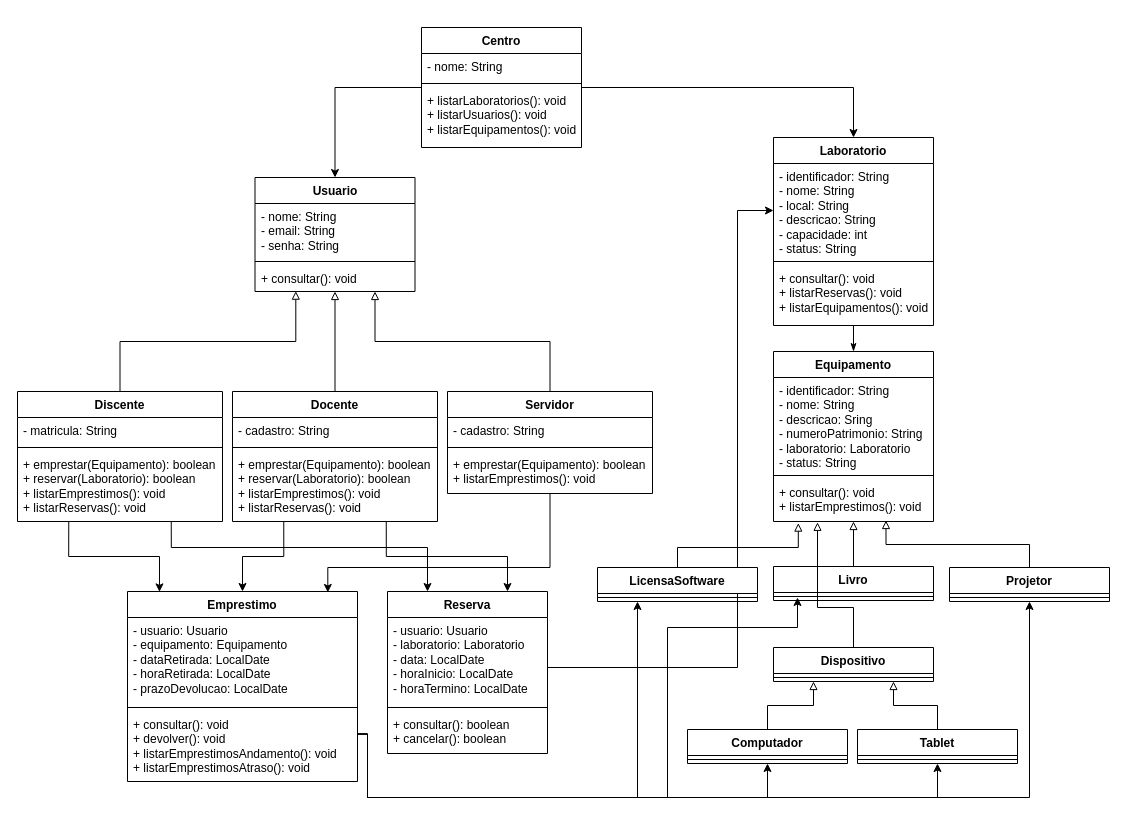
AnaRebeca07/UFCLab keeps this draw.io diagram as documentation/UFCLab.drawio. Above is the earlier version. Source tidied: cells renumbered, new cells numbered last; positions are measured from the earlier drawing's top-left corner, leaving out a move shared by most shapes. Both pictures are drawn from the tidied source at 100%, with x=0, y=0 at pixel (17, 27).
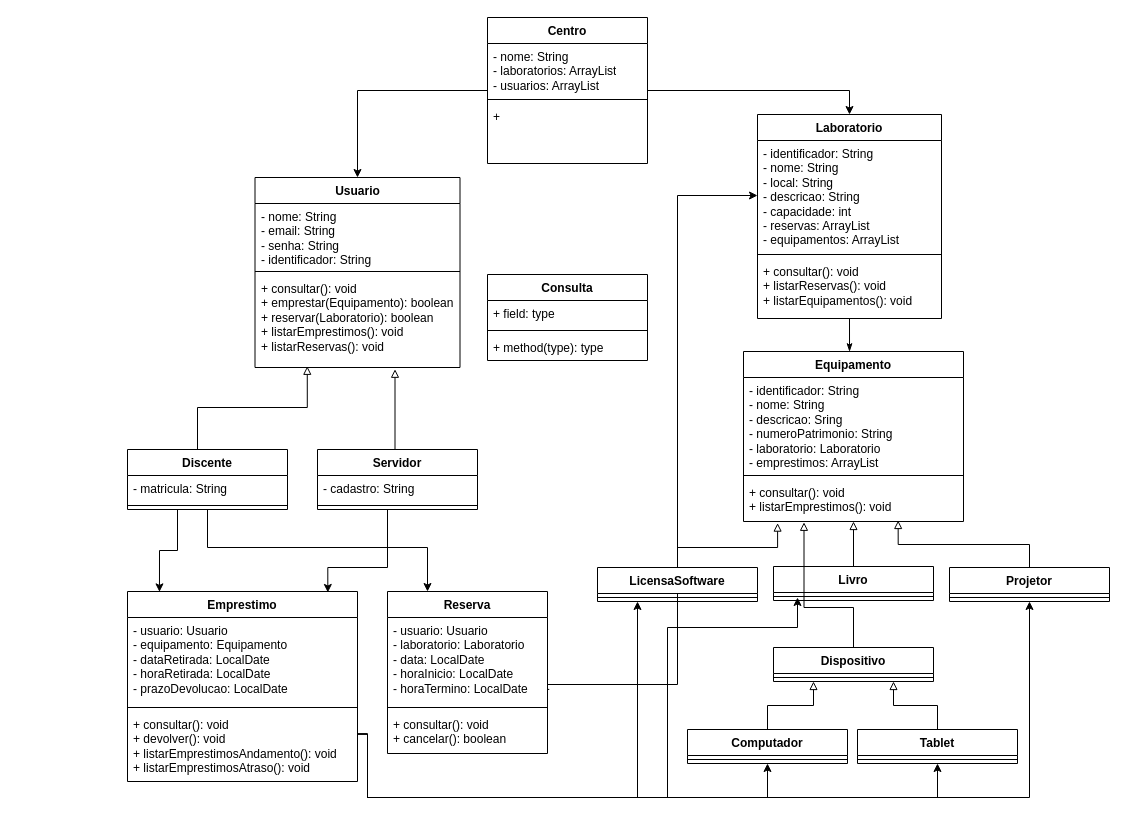
Above is the later version.

Unchanged cells that the change refers to:
```xml
<mxCell id="29" value="Reserva" style="swimlane;fontStyle=1;align=center;verticalAlign=top;horizontal=1;startSize=26;whiteSpace=wrap;html=1;" parent="1" vertex="1">
  <mxGeometry x="370" y="564" width="160" height="162" as="geometry" />
</mxCell>
<mxCell id="30" value="&lt;div&gt;- usuario: Usuario&lt;/div&gt;&lt;div&gt;- laboratorio: Laboratorio&lt;/div&gt;&lt;div&gt;- data: LocalDate&lt;/div&gt;&lt;div&gt;- horaInicio: LocalDate&lt;/div&gt;&lt;div&gt;- horaTermino: LocalDate&lt;/div&gt;" style="text;strokeColor=none;fillColor=none;align=left;verticalAlign=top;spacingLeft=4;spacingRight=4;overflow=hidden;points=[[0,0.5],[1,0.5]];portConstraint=eastwest;whiteSpace=wrap;html=1;" parent="29" vertex="1">
  <mxGeometry y="26" width="160" height="86" as="geometry" />
</mxCell>
<mxCell id="38" value="Emprestimo" style="swimlane;fontStyle=1;align=center;verticalAlign=top;horizontal=1;startSize=26;whiteSpace=wrap;html=1;" parent="1" vertex="1">
  <mxGeometry x="110" y="564" width="230" height="190" as="geometry" />
</mxCell>
<mxCell id="57" value="LicensaSoftware" style="swimlane;fontStyle=1;align=center;verticalAlign=top;horizontal=1;startSize=26;whiteSpace=wrap;html=1;" parent="1" vertex="1">
  <mxGeometry x="580" y="540" width="160" height="34" as="geometry" />
</mxCell>
<mxCell id="59" value="Dispositivo" style="swimlane;fontStyle=1;align=center;verticalAlign=top;horizontal=1;startSize=26;whiteSpace=wrap;html=1;" parent="1" vertex="1">
  <mxGeometry x="756" y="620" width="160" height="34" as="geometry" />
</mxCell>
```

The edit, as a diff of the source:
```diff
@@
     <mxCell id="3" value="Centro" style="swimlane;fontStyle=1;align=center;verticalAlign=top;horizontal=1;startSize=26;whiteSpace=wrap;html=1;" parent="1" vertex="1">
-      <mxGeometry x="404" width="160" height="120" as="geometry" />
+      <mxGeometry x="470" y="-10" width="160" height="146" as="geometry" />
     </mxCell>
-    <mxCell id="4" value="- nome: String" style="text;strokeColor=none;fillColor=none;align=left;verticalAlign=top;spacingLeft=4;spacingRight=4;overflow=hidden;whiteSpace=wrap;html=1;" parent="3" vertex="1">
-      <mxGeometry y="26" width="160" height="26" as="geometry" />
+    <mxCell id="4" value="- nome: String&lt;div&gt;- laboratorios: ArrayList&lt;/div&gt;&lt;div&gt;- usuarios: ArrayList&lt;/div&gt;" style="text;strokeColor=none;fillColor=none;align=left;verticalAlign=top;spacingLeft=4;spacingRight=4;overflow=hidden;whiteSpace=wrap;html=1;" parent="3" vertex="1">
+      <mxGeometry y="26" width="160" height="52" as="geometry" />
     </mxCell>
     <mxCell id="5" style="line;strokeWidth=1;fillColor=none;align=left;verticalAlign=middle;spacingTop=-1;spacingLeft=3;spacingRight=3;labelPosition=right;strokeColor=inherit;" parent="3" vertex="1">
-      <mxGeometry y="52" width="160" height="8" as="geometry" />
+      <mxGeometry y="78" width="160" height="8" as="geometry" />
     </mxCell>
-    <mxCell id="6" value="&lt;div&gt;+ listarLaboratorios(): void&lt;/div&gt;&lt;div&gt;+ listarUsuarios(): void&lt;/div&gt;&lt;div&gt;+ listarEquipamentos(): void&lt;/div&gt;" style="text;strokeColor=none;fillColor=none;align=left;verticalAlign=top;spacingLeft=4;spacingRight=4;overflow=hidden;whiteSpace=wrap;html=1;" parent="3" vertex="1">
-      <mxGeometry y="60" width="160" height="60" as="geometry" />
+    <mxCell id="6" value="+" style="text;strokeColor=none;fillColor=none;align=left;verticalAlign=top;spacingLeft=4;spacingRight=4;overflow=hidden;whiteSpace=wrap;html=1;" parent="3" vertex="1">
+      <mxGeometry y="86" width="160" height="60" as="geometry" />
     </mxCell>
     <mxCell id="7" value="Discente" style="swimlane;fontStyle=1;align=center;verticalAlign=top;horizontal=1;startSize=26;whiteSpace=wrap;html=1;" parent="1" vertex="1">
-      <mxGeometry y="364" width="205" height="130" as="geometry" />
+      <mxGeometry x="110" y="422" width="160" height="60" as="geometry" />
     </mxCell>
     <mxCell id="8" value="- matricula: String" style="text;strokeColor=none;fillColor=none;align=left;verticalAlign=top;spacingLeft=4;spacingRight=4;overflow=hidden;whiteSpace=wrap;html=1;" parent="7" vertex="1">
-      <mxGeometry y="26" width="205" height="26" as="geometry" />
+      <mxGeometry y="26" width="160" height="26" as="geometry" />
     </mxCell>
     <mxCell id="9" style="line;strokeWidth=1;fillColor=none;align=left;verticalAlign=middle;spacingTop=-1;spacingLeft=3;spacingRight=3;labelPosition=right;strokeColor=inherit;" parent="7" vertex="1">
-      <mxGeometry y="52" width="205" height="8" as="geometry" />
+      <mxGeometry y="52" width="160" height="8" as="geometry" />
     </mxCell>
-    <mxCell id="10" value="&lt;div&gt;+ emprestar(Equipamento): boolean&lt;/div&gt;&lt;div&gt;+ reservar(Laboratorio): boolean&lt;/div&gt;&lt;div&gt;+ listarEmprestimos(): void&lt;/div&gt;&lt;div&gt;+ listarReservas(): void&lt;/div&gt;" style="text;strokeColor=none;fillColor=none;align=left;verticalAlign=top;spacingLeft=4;spacingRight=4;overflow=hidden;whiteSpace=wrap;html=1;" parent="7" vertex="1">
-      <mxGeometry y="60" width="205" height="70" as="geometry" />
-    </mxCell>
-    <mxCell id="11" style="edgeStyle=orthogonalEdgeStyle;rounded=0;jettySize=auto;html=1;exitX=0.5;exitY=0;exitDx=0;exitDy=0;entryX=0.5;entryY=1;entryDx=0;entryDy=0;endArrow=block;endFill=0;" parent="1" edge="1" source="14" target="48">
-      <mxGeometry relative="1" as="geometry" />
-    </mxCell>
-    <mxCell id="12" style="edgeStyle=orthogonalEdgeStyle;rounded=0;jettySize=auto;html=1;exitX=0.25;exitY=1;exitDx=0;exitDy=0;entryX=0.5;entryY=0;entryDx=0;entryDy=0;" parent="1" edge="1" source="14" target="38">
-      <mxGeometry relative="1" as="geometry" />
-    </mxCell>
-    <mxCell id="13" style="edgeStyle=orthogonalEdgeStyle;rounded=0;jettySize=auto;html=1;exitX=0.75;exitY=1;exitDx=0;exitDy=0;entryX=0.75;entryY=0;entryDx=0;entryDy=0;" parent="1" edge="1" source="14" target="29">
-      <mxGeometry relative="1" as="geometry" />
-    </mxCell>
-    <mxCell id="14" value="Docente" style="swimlane;fontStyle=1;align=center;verticalAlign=top;horizontal=1;startSize=26;whiteSpace=wrap;html=1;" parent="1" vertex="1">
-      <mxGeometry x="215" y="364" width="205" height="130" as="geometry" />
-    </mxCell>
-    <mxCell id="15" value="- cadastro: String" style="text;strokeColor=none;fillColor=none;align=left;verticalAlign=top;spacingLeft=4;spacingRight=4;overflow=hidden;whiteSpace=wrap;html=1;" parent="14" vertex="1">
-      <mxGeometry y="26" width="205" height="26" as="geometry" />
-    </mxCell>
-    <mxCell id="16" style="line;strokeWidth=1;fillColor=none;align=left;verticalAlign=middle;spacingTop=-1;spacingLeft=3;spacingRight=3;labelPosition=right;strokeColor=inherit;" parent="14" vertex="1">
-      <mxGeometry y="52" width="205" height="8" as="geometry" />
-    </mxCell>
-    <mxCell id="17" value="&lt;div&gt;+ emprestar(Equipamento): boolean&lt;/div&gt;&lt;div&gt;+ reservar(Laboratorio): boolean&lt;/div&gt;&lt;div&gt;&lt;div&gt;+ listarEmprestimos(): void&lt;/div&gt;&lt;div&gt;+ listarReservas(): void&lt;/div&gt;&lt;br&gt;&lt;/div&gt;" style="text;strokeColor=none;fillColor=none;align=left;verticalAlign=top;spacingLeft=4;spacingRight=4;overflow=hidden;whiteSpace=wrap;html=1;" parent="14" vertex="1">
-      <mxGeometry y="60" width="205" height="70" as="geometry" />
-    </mxCell>
@@
     <mxCell id="19" value="Laboratorio" style="swimlane;fontStyle=1;align=center;verticalAlign=top;horizontal=1;startSize=26;whiteSpace=wrap;html=1;" parent="1" vertex="1">
-      <mxGeometry x="756" y="110" width="160" height="188" as="geometry" />
+      <mxGeometry x="740" y="87" width="184" height="204" as="geometry" />
     </mxCell>
-    <mxCell id="20" value="&lt;div&gt;- identificador: String&lt;/div&gt;&lt;div&gt;- nome: String&lt;/div&gt;&lt;div&gt;- local: String&lt;/div&gt;&lt;div&gt;- descricao: String&lt;/div&gt;&lt;div&gt;- capacidade: int&lt;/div&gt;&lt;div&gt;- status: String&lt;/div&gt;" style="text;strokeColor=none;fillColor=none;align=left;verticalAlign=top;spacingLeft=4;spacingRight=4;overflow=hidden;points=[[0,0.5],[1,0.5]];portConstraint=eastwest;whiteSpace=wrap;html=1;" parent="19" vertex="1">
-      <mxGeometry y="26" width="160" height="94" as="geometry" />
+    <mxCell id="20" value="&lt;div&gt;- identificador: String&lt;/div&gt;&lt;div&gt;- nome: String&lt;/div&gt;&lt;div&gt;- local: String&lt;/div&gt;&lt;div&gt;- descricao: String&lt;/div&gt;&lt;div&gt;- capacidade: int&lt;/div&gt;&lt;div&gt;- reservas: ArrayList&lt;/div&gt;&lt;div&gt;- equipamentos: ArrayList&lt;/div&gt;" style="text;strokeColor=none;fillColor=none;align=left;verticalAlign=top;spacingLeft=4;spacingRight=4;overflow=hidden;points=[[0,0.5],[1,0.5]];portConstraint=eastwest;whiteSpace=wrap;html=1;" parent="19" vertex="1">
+      <mxGeometry y="26" width="184" height="110" as="geometry" />
     </mxCell>
     <mxCell id="21" style="line;strokeWidth=1;fillColor=none;align=left;verticalAlign=middle;spacingTop=-1;spacingLeft=3;spacingRight=3;labelPosition=right;strokeColor=inherit;" parent="19" vertex="1">
-      <mxGeometry y="120" width="160" height="8" as="geometry" />
+      <mxGeometry y="136" width="184" height="8" as="geometry" />
     </mxCell>
     <mxCell id="22" value="&lt;div&gt;+ consultar(): void&lt;/div&gt;&lt;div&gt;+ listarReservas(): void&lt;/div&gt;&lt;div&gt;+ listarEquipamentos(): void&lt;/div&gt;" style="text;strokeColor=none;fillColor=none;align=left;verticalAlign=top;spacingLeft=4;spacingRight=4;overflow=hidden;whiteSpace=wrap;html=1;" parent="19" vertex="1">
-      <mxGeometry y="128" width="160" height="60" as="geometry" />
+      <mxGeometry y="144" width="184" height="60" as="geometry" />
     </mxCell>
-    <mxCell id="23" style="edgeStyle=orthogonalEdgeStyle;rounded=0;jettySize=auto;html=1;exitX=0.5;exitY=0;exitDx=0;exitDy=0;entryX=0.5;entryY=1;entryDx=0;entryDy=0;endArrow=none;endFill=0;startArrow=classicThin;startFill=1;" parent="1" edge="1" source="24" target="19">
-      <mxGeometry relative="1" as="geometry" />
+    <mxCell id="23" style="edgeStyle=orthogonalEdgeStyle;rounded=0;jettySize=auto;html=1;entryX=0.5;entryY=1;entryDx=0;entryDy=0;endArrow=none;endFill=0;startArrow=classicThin;startFill=1;exitX=0.482;exitY=0.001;exitDx=0;exitDy=0;exitPerimeter=0;" parent="1" edge="1" source="24" target="19">
+      <mxGeometry x="0.34" relative="1" as="geometry" />
     </mxCell>
     <mxCell id="24" value="Equipamento" style="swimlane;fontStyle=1;align=center;verticalAlign=top;horizontal=1;startSize=26;whiteSpace=wrap;html=1;" parent="1" vertex="1">
-      <mxGeometry x="756" y="324" width="160" height="170" as="geometry" />
+      <mxGeometry x="726" y="324" width="220" height="170" as="geometry" />
     </mxCell>
-    <mxCell id="25" value="&lt;div&gt;- identificador: String&lt;/div&gt;&lt;div&gt;- nome: String&lt;/div&gt;&lt;div&gt;- descricao: Sring&lt;/div&gt;&lt;div&gt;- numeroPatrimonio: String&lt;/div&gt;&lt;div&gt;- laboratorio: Laboratorio&lt;/div&gt;&lt;div&gt;- status: String&lt;/div&gt;" style="text;strokeColor=none;fillColor=none;align=left;verticalAlign=top;spacingLeft=4;spacingRight=4;overflow=hidden;whiteSpace=wrap;html=1;" parent="24" vertex="1">
-      <mxGeometry y="26" width="160" height="94" as="geometry" />
+    <mxCell id="25" value="&lt;div&gt;- identificador: String&lt;/div&gt;&lt;div&gt;- nome: String&lt;/div&gt;&lt;div&gt;- descricao: Sring&lt;/div&gt;&lt;div&gt;- numeroPatrimonio: String&lt;/div&gt;&lt;div&gt;- laboratorio: Laboratorio&lt;/div&gt;&lt;div&gt;- emprestimos: ArrayList&lt;/div&gt;" style="text;strokeColor=none;fillColor=none;align=left;verticalAlign=top;spacingLeft=4;spacingRight=4;overflow=hidden;whiteSpace=wrap;html=1;" parent="24" vertex="1">
+      <mxGeometry y="26" width="220" height="94" as="geometry" />
     </mxCell>
     <mxCell id="26" style="line;strokeWidth=1;fillColor=none;align=left;verticalAlign=middle;spacingTop=-1;spacingLeft=3;spacingRight=3;labelPosition=right;strokeColor=inherit;" parent="24" vertex="1">
-      <mxGeometry y="120" width="160" height="8" as="geometry" />
+      <mxGeometry y="120" width="220" height="8" as="geometry" />
     </mxCell>
     <mxCell id="27" value="&lt;div&gt;+ consultar(): void&lt;/div&gt;&lt;div&gt;+ listarEmprestimos(): void&lt;/div&gt;" style="text;strokeColor=none;fillColor=none;align=left;verticalAlign=top;spacingLeft=4;spacingRight=4;overflow=hidden;points=[[0,0.5],[1,0.5]];portConstraint=eastwest;whiteSpace=wrap;html=1;" parent="24" vertex="1">
-      <mxGeometry y="128" width="160" height="42" as="geometry" />
+      <mxGeometry y="128" width="220" height="42" as="geometry" />
     </mxCell>
-    <mxCell id="28" style="edgeStyle=orthogonalEdgeStyle;rounded=0;jettySize=auto;html=1;exitX=1;exitY=0.5;exitDx=0;exitDy=0;entryX=0;entryY=0.5;entryDx=0;entryDy=0;" parent="1" edge="1" source="29" target="20">
-      <mxGeometry relative="1" as="geometry">
+    <mxCell id="28" style="edgeStyle=orthogonalEdgeStyle;rounded=0;jettySize=auto;html=1;exitX=1.011;exitY=0.836;exitDx=0;exitDy=0;entryX=0;entryY=0.5;entryDx=0;entryDy=0;exitPerimeter=0;" parent="1" edge="1" source="30" target="20">
+      <mxGeometry x="-0.16" relative="1" as="geometry">
         <Array as="points">
-          <mxPoint x="530" y="640" />
-          <mxPoint x="720" y="640" />
-          <mxPoint x="720" y="183" />
+          <mxPoint x="530" y="661.9" />
+          <mxPoint x="530" y="657" />
+          <mxPoint x="660" y="657" />
+          <mxPoint x="660" y="168" />
         </Array>
       </mxGeometry>
     </mxCell>
@@
-    <mxCell id="32" value="&lt;div&gt;+&amp;nbsp;consultar(): boolean&lt;/div&gt;&lt;div&gt;+ cancelar(): boolean&lt;/div&gt;" style="text;strokeColor=none;fillColor=none;align=left;verticalAlign=top;spacingLeft=4;spacingRight=4;overflow=hidden;whiteSpace=wrap;html=1;" parent="29" vertex="1">
+    <mxCell id="32" value="&lt;div&gt;+&amp;nbsp;consultar(): void&lt;/div&gt;&lt;div&gt;+ cancelar(): boolean&lt;/div&gt;" style="text;strokeColor=none;fillColor=none;align=left;verticalAlign=top;spacingLeft=4;spacingRight=4;overflow=hidden;whiteSpace=wrap;html=1;" parent="29" vertex="1">
       <mxGeometry y="120" width="160" height="42" as="geometry" />
     </mxCell>
@@
     <mxCell id="42" value="Servidor" style="swimlane;fontStyle=1;align=center;verticalAlign=top;horizontal=1;startSize=26;whiteSpace=wrap;html=1;" parent="1" vertex="1">
-      <mxGeometry x="430" y="364" width="205" height="102" as="geometry" />
+      <mxGeometry x="300" y="422" width="160" height="60" as="geometry" />
     </mxCell>
     <mxCell id="43" value="- cadastro: String" style="text;strokeColor=none;fillColor=none;align=left;verticalAlign=top;spacingLeft=4;spacingRight=4;overflow=hidden;whiteSpace=wrap;html=1;" parent="42" vertex="1">
-      <mxGeometry y="26" width="205" height="26" as="geometry" />
+      <mxGeometry y="26" width="160" height="26" as="geometry" />
     </mxCell>
     <mxCell id="44" style="line;strokeWidth=1;fillColor=none;align=left;verticalAlign=middle;spacingTop=-1;spacingLeft=3;spacingRight=3;labelPosition=right;strokeColor=inherit;" parent="42" vertex="1">
-      <mxGeometry y="52" width="205" height="8" as="geometry" />
+      <mxGeometry y="52" width="160" height="8" as="geometry" />
     </mxCell>
-    <mxCell id="45" value="&lt;div&gt;+ emprestar(Equipamento): boolean&lt;/div&gt;&lt;div&gt;&lt;div&gt;+ listarEmprestimos(): void&lt;/div&gt;&lt;/div&gt;" style="text;strokeColor=none;fillColor=none;align=left;verticalAlign=top;spacingLeft=4;spacingRight=4;overflow=hidden;whiteSpace=wrap;html=1;" parent="42" vertex="1">
-      <mxGeometry y="60" width="205" height="42" as="geometry" />
-    </mxCell>
     <mxCell id="46" style="edgeStyle=orthogonalEdgeStyle;rounded=0;jettySize=auto;html=1;exitX=0.5;exitY=0;exitDx=0;exitDy=0;endArrow=block;endFill=0;entryX=0.255;entryY=0.987;entryDx=0;entryDy=0;entryPerimeter=0;" parent="1" edge="1" source="7" target="51">
-      <mxGeometry relative="1" as="geometry" />
+      <mxGeometry relative="1" as="geometry">
+        <Array as="points">
+          <mxPoint x="180" y="380" />
+          <mxPoint x="289.8" y="380" />
+        </Array>
+      </mxGeometry>
     </mxCell>
-    <mxCell id="47" style="edgeStyle=orthogonalEdgeStyle;rounded=0;jettySize=auto;html=1;exitX=0.5;exitY=0;exitDx=0;exitDy=0;entryX=0.75;entryY=1;entryDx=0;entryDy=0;endArrow=block;endFill=0;" parent="1" edge="1" source="42" target="48">
-      <mxGeometry relative="1" as="geometry" />
+    <mxCell id="47" style="edgeStyle=orthogonalEdgeStyle;rounded=0;jettySize=auto;html=1;exitX=0.5;exitY=0;exitDx=0;exitDy=0;entryX=0.683;entryY=1.019;entryDx=0;entryDy=0;endArrow=block;endFill=0;entryPerimeter=0;" parent="1" edge="1" source="42" target="51">
+      <mxGeometry x="0.06" relative="1" as="geometry">
+        <Array as="points">
+          <mxPoint x="377.5" y="422" />
+        </Array>
+      </mxGeometry>
     </mxCell>
     <mxCell id="48" value="Usuario" style="swimlane;fontStyle=1;align=center;verticalAlign=top;horizontal=1;startSize=26;whiteSpace=wrap;html=1;" parent="1" vertex="1">
-      <mxGeometry x="237.5" y="150" width="160" height="114" as="geometry" />
+      <mxGeometry x="237.5" y="150" width="205" height="190" as="geometry" />
     </mxCell>
-    <mxCell id="49" value="&lt;div&gt;- nome: String&lt;/div&gt;&lt;div&gt;- email: String&lt;/div&gt;&lt;div&gt;- senha: String&lt;/div&gt;" style="text;strokeColor=none;fillColor=none;align=left;verticalAlign=top;spacingLeft=4;spacingRight=4;overflow=hidden;whiteSpace=wrap;html=1;" parent="48" vertex="1">
-      <mxGeometry y="26" width="160" height="54" as="geometry" />
+    <mxCell id="49" value="&lt;div&gt;- nome: String&lt;/div&gt;&lt;div&gt;- email: String&lt;/div&gt;&lt;div&gt;- senha: String&lt;/div&gt;&lt;div&gt;- identificador: String&lt;/div&gt;" style="text;strokeColor=none;fillColor=none;align=left;verticalAlign=top;spacingLeft=4;spacingRight=4;overflow=hidden;whiteSpace=wrap;html=1;" parent="48" vertex="1">
+      <mxGeometry y="26" width="205" height="64" as="geometry" />
     </mxCell>
     <mxCell id="50" style="line;strokeWidth=1;fillColor=none;align=left;verticalAlign=middle;spacingTop=-1;spacingLeft=3;spacingRight=3;labelPosition=right;strokeColor=inherit;" parent="48" vertex="1">
-      <mxGeometry y="80" width="160" height="8" as="geometry" />
+      <mxGeometry y="90" width="205" height="8" as="geometry" />
     </mxCell>
-    <mxCell id="51" value="&lt;div&gt;+ consultar(): void&lt;/div&gt;" style="text;strokeColor=none;fillColor=none;align=left;verticalAlign=top;spacingLeft=4;spacingRight=4;overflow=hidden;points=[[0,0.5],[1,0.5]];portConstraint=eastwest;whiteSpace=wrap;html=1;" parent="48" vertex="1">
-      <mxGeometry y="88" width="160" height="26" as="geometry" />
+    <mxCell id="51" value="&lt;div&gt;+ consultar(): void&lt;/div&gt;&lt;div&gt;&lt;div&gt;+ emprestar(Equipamento): boolean&lt;/div&gt;&lt;div&gt;+ reservar(Laboratorio): boolean&lt;/div&gt;&lt;div&gt;+ listarEmprestimos(): void&lt;/div&gt;&lt;div&gt;+ listarReservas(): void&lt;/div&gt;&lt;/div&gt;" style="text;strokeColor=none;fillColor=none;align=left;verticalAlign=top;spacingLeft=4;spacingRight=4;overflow=hidden;points=[[0,0.5],[1,0.5]];portConstraint=eastwest;whiteSpace=wrap;html=1;" parent="48" vertex="1">
+      <mxGeometry y="98" width="205" height="92" as="geometry" />
     </mxCell>
     <mxCell id="52" style="edgeStyle=orthogonalEdgeStyle;rounded=0;jettySize=auto;html=1;exitX=0.25;exitY=1;exitDx=0;exitDy=0;entryX=0.139;entryY=0.002;entryDx=0;entryDy=0;entryPerimeter=0;" parent="1" edge="1" source="7" target="38">
-      <mxGeometry relative="1" as="geometry" />
+      <mxGeometry x="0.18" relative="1" as="geometry">
+        <Array as="points">
+          <mxPoint x="160" y="482" />
+          <mxPoint x="160" y="523" />
+          <mxPoint x="142" y="523" />
+        </Array>
+      </mxGeometry>
     </mxCell>
     <mxCell id="53" style="edgeStyle=orthogonalEdgeStyle;rounded=0;jettySize=auto;html=1;exitX=0.75;exitY=1;exitDx=0;exitDy=0;entryX=0.25;entryY=0;entryDx=0;entryDy=0;" parent="1" edge="1" source="7" target="29">
-      <mxGeometry relative="1" as="geometry">
+      <mxGeometry x="-0.22" relative="1" as="geometry">
         <Array as="points">
-          <mxPoint x="153.8" y="520" />
+          <mxPoint x="190" y="482" />
+          <mxPoint x="190" y="520" />
           <mxPoint x="410" y="520" />
         </Array>
       </mxGeometry>
     </mxCell>
     <mxCell id="54" style="edgeStyle=orthogonalEdgeStyle;rounded=0;jettySize=auto;html=1;exitX=0.5;exitY=1;exitDx=0;exitDy=0;entryX=0.871;entryY=0.005;entryDx=0;entryDy=0;entryPerimeter=0;" parent="1" edge="1" source="42" target="38">
-      <mxGeometry relative="1" as="geometry">
+      <mxGeometry x="-0.17" relative="1" as="geometry">
         <Array as="points">
-          <mxPoint x="532.5" y="540" />
+          <mxPoint x="370" y="482" />
+          <mxPoint x="370" y="540" />
           <mxPoint x="310.3" y="540" />
         </Array>
       </mxGeometry>
     </mxCell>
@@
     <mxCell id="70" style="edgeStyle=orthogonalEdgeStyle;rounded=0;jettySize=auto;html=1;exitX=0.5;exitY=0;exitDx=0;exitDy=0;entryX=0.155;entryY=1.038;entryDx=0;entryDy=0;entryPerimeter=0;endArrow=block;endFill=0;" parent="1" edge="1" source="57" target="27">
-      <mxGeometry relative="1" as="geometry">
+      <mxGeometry x="0.29" relative="1" as="geometry">
         <Array as="points">
           <mxPoint x="660" y="520" />
-          <mxPoint x="780.8" y="520" />
+          <mxPoint x="760.1" y="520" />
         </Array>
       </mxGeometry>
     </mxCell>
@@
     <mxCell id="72" style="edgeStyle=orthogonalEdgeStyle;rounded=0;jettySize=auto;html=1;exitX=0.5;exitY=0;exitDx=0;exitDy=0;entryX=0.275;entryY=1.019;entryDx=0;entryDy=0;entryPerimeter=0;endArrow=block;endFill=0;" parent="1" edge="1" source="59" target="27">
       <mxGeometry relative="1" as="geometry">
         <Array as="points">
           <mxPoint x="836" y="580" />
-          <mxPoint x="800" y="580" />
+          <mxPoint x="786.5" y="580" />
         </Array>
       </mxGeometry>
     </mxCell>
+    <mxCell id="73" value="Consulta" style="swimlane;fontStyle=1;align=center;verticalAlign=top;horizontal=1;startSize=26;whiteSpace=wrap;html=1;" parent="1" vertex="1">
+      <mxGeometry x="470" y="247" width="160" height="86" as="geometry" />
+    </mxCell>
+    <mxCell id="74" value="+ field: type" style="text;strokeColor=none;fillColor=none;align=left;verticalAlign=top;spacingLeft=4;spacingRight=4;overflow=hidden;whiteSpace=wrap;html=1;" parent="73" vertex="1">
+      <mxGeometry y="26" width="160" height="26" as="geometry" />
+    </mxCell>
+    <mxCell id="75" style="line;strokeWidth=1;fillColor=none;align=left;verticalAlign=middle;spacingTop=-1;spacingLeft=3;spacingRight=3;labelPosition=right;strokeColor=inherit;labelPerimeter=1;" parent="73" vertex="1">
+      <mxGeometry y="52" width="160" height="8" as="geometry" />
+    </mxCell>
+    <mxCell id="76" value="+ method(type): type" style="text;strokeColor=none;fillColor=none;align=left;verticalAlign=top;spacingLeft=4;spacingRight=4;overflow=hidden;whiteSpace=wrap;html=1;" parent="73" vertex="1">
+      <mxGeometry y="60" width="160" height="26" as="geometry" />
+    </mxCell>
```
